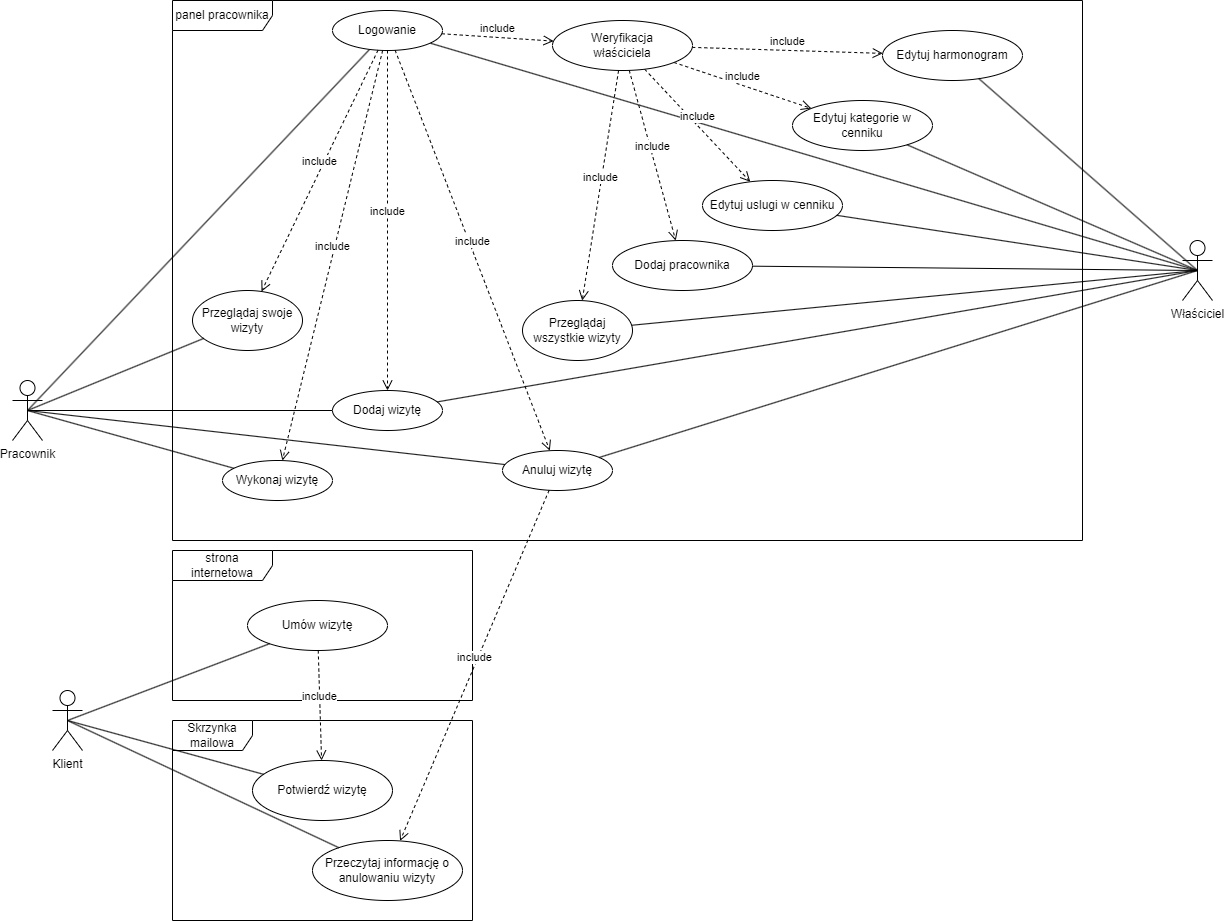
The draw.io diagram zasoby/diagram_przypadkow_uzycia.png in jakubir/BarberDeluxe-specyfikacja, before a commit. Source tidied: cells renumbered, new cells last; positions are measured from the earlier drawing's top-left corner, leaving out a move shared by most shapes.
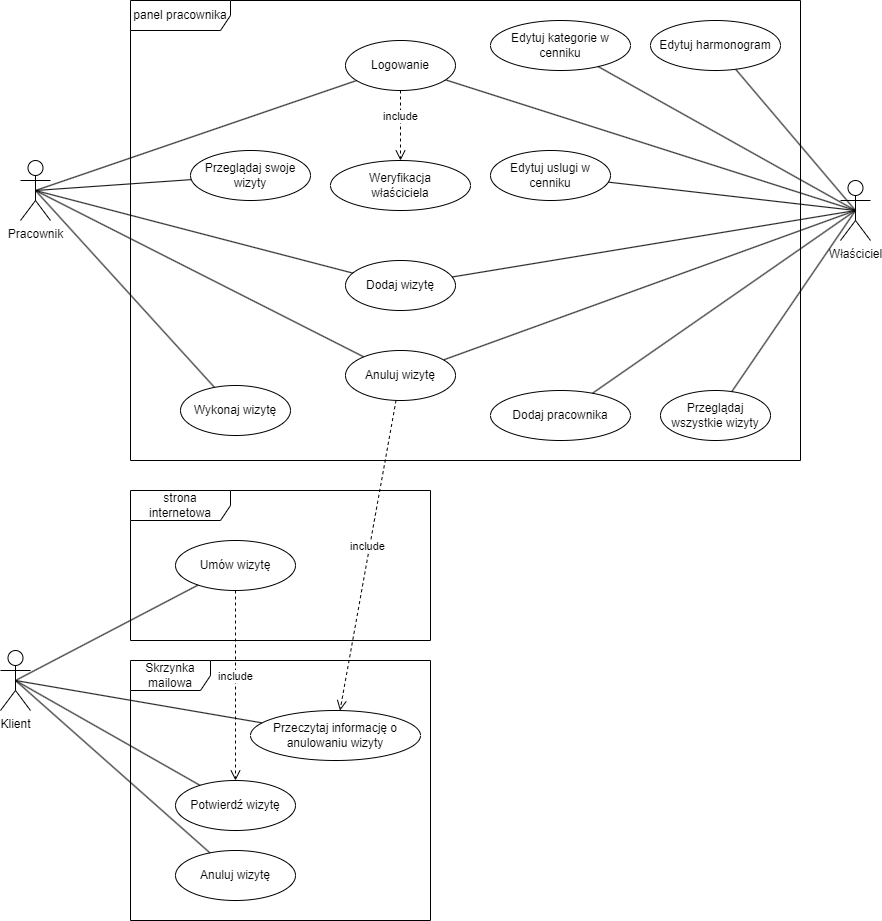
Above is the later version.

Change to the diagram source:
```diff
@@ -3,19 +3,19 @@
     <mxCell id="0" />
     <mxCell id="1" parent="0" />
     <mxCell id="2" value="Właściciel" style="shape=umlActor;verticalLabelPosition=bottom;verticalAlign=top;html=1;" parent="1" vertex="1">
-      <mxGeometry x="1170" y="240" width="30" height="60" as="geometry" />
+      <mxGeometry x="920" y="190" width="30" height="60" as="geometry" />
     </mxCell>
     <mxCell id="3" value="Pracownik" style="shape=umlActor;verticalLabelPosition=bottom;verticalAlign=top;html=1;" parent="1" vertex="1">
-      <mxGeometry y="380" width="30" height="60" as="geometry" />
+      <mxGeometry x="100" y="170" width="30" height="60" as="geometry" />
     </mxCell>
     <mxCell id="4" value="Klient&lt;br&gt;" style="shape=umlActor;verticalLabelPosition=bottom;verticalAlign=top;html=1;" parent="1" vertex="1">
-      <mxGeometry x="40" y="690" width="30" height="60" as="geometry" />
+      <mxGeometry x="80" y="660" width="30" height="60" as="geometry" />
     </mxCell>
     <mxCell id="5" value="strona internetowa" style="shape=umlFrame;whiteSpace=wrap;html=1;width=100;height=30;" parent="1" vertex="1">
-      <mxGeometry x="160" y="550" width="300" height="150" as="geometry" />
+      <mxGeometry x="210" y="500" width="300" height="150" as="geometry" />
     </mxCell>
     <mxCell id="6" value="panel pracownika" style="shape=umlFrame;whiteSpace=wrap;html=1;width=100;height=30;" parent="1" vertex="1">
-      <mxGeometry x="160" width="910" height="540" as="geometry" />
+      <mxGeometry x="210" y="10" width="670" height="460" as="geometry" />
     </mxCell>
     <mxCell id="7" style="rounded=0;jettySize=auto;html=1;entryX=0.5;entryY=0.5;entryDx=0;entryDy=0;entryPerimeter=0;endArrow=none;endFill=0;" parent="1" edge="1" source="9" target="2">
       <mxGeometry relative="1" as="geometry" />
@@ -24,53 +24,32 @@
       <mxGeometry relative="1" as="geometry" />
     </mxCell>
     <mxCell id="9" value="Logowanie" style="ellipse;whiteSpace=wrap;html=1;" parent="1" vertex="1">
-      <mxGeometry x="320" y="10" width="110" height="40" as="geometry" />
+      <mxGeometry x="425" y="50" width="110" height="50" as="geometry" />
     </mxCell>
     <mxCell id="10" value="Edytuj harmonogram" style="ellipse;whiteSpace=wrap;html=1;" parent="1" vertex="1">
-      <mxGeometry x="870" y="30" width="140" height="50" as="geometry" />
+      <mxGeometry x="730" y="30" width="130" height="50" as="geometry" />
     </mxCell>
     <mxCell id="11" style="rounded=0;jettySize=auto;html=1;entryX=0.5;entryY=0.5;entryDx=0;entryDy=0;entryPerimeter=0;endArrow=none;endFill=0;" parent="1" edge="1" source="10" target="2">
       <mxGeometry relative="1" as="geometry" />
     </mxCell>
-    <mxCell id="12" value="include&lt;br&gt;" style="html=1;verticalAlign=bottom;endArrow=open;dashed=1;endSize=8;elbow=vertical;rounded=0;" parent="1" edge="1" source="33" target="10">
-      <mxGeometry relative="1" as="geometry" />
-    </mxCell>
     <mxCell id="13" value="Edytuj uslugi w cenniku" style="ellipse;whiteSpace=wrap;html=1;" parent="1" vertex="1">
-      <mxGeometry x="690" y="180" width="140" height="50" as="geometry" />
+      <mxGeometry x="570" y="160" width="120" height="50" as="geometry" />
     </mxCell>
-    <mxCell id="14" value="include&lt;br&gt;" style="html=1;verticalAlign=bottom;endArrow=open;dashed=1;endSize=8;elbow=vertical;rounded=0;" parent="1" edge="1" source="33" target="13">
-      <mxGeometry relative="1" as="geometry" />
-    </mxCell>
     <mxCell id="15" style="rounded=0;jettySize=auto;html=1;entryX=0.5;entryY=0.5;entryDx=0;entryDy=0;entryPerimeter=0;endArrow=none;endFill=0;" parent="1" edge="1" source="13" target="2">
       <mxGeometry relative="1" as="geometry" />
     </mxCell>
     <mxCell id="16" value="Edytuj kategorie w cenniku" style="ellipse;whiteSpace=wrap;html=1;" parent="1" vertex="1">
-      <mxGeometry x="780" y="100" width="140" height="50" as="geometry" />
+      <mxGeometry x="570" y="30" width="140" height="50" as="geometry" />
     </mxCell>
     <mxCell id="17" style="rounded=0;jettySize=auto;html=1;entryX=0.5;entryY=0.5;entryDx=0;entryDy=0;entryPerimeter=0;endArrow=none;endFill=0;" parent="1" edge="1" source="16" target="2">
       <mxGeometry relative="1" as="geometry" />
     </mxCell>
-    <mxCell id="18" value="include&lt;br&gt;" style="html=1;verticalAlign=bottom;endArrow=open;dashed=1;endSize=8;elbow=vertical;rounded=0;" parent="1" edge="1" source="33" target="16">
-      <mxGeometry relative="1" as="geometry" />
-    </mxCell>
-    <mxCell id="19" value="Anuluj wizytę" style="ellipse;whiteSpace=wrap;html=1;" parent="1" vertex="1">
-      <mxGeometry x="490" y="450" width="110" height="40" as="geometry" />
-    </mxCell>
     <mxCell id="20" value="Dodaj wizytę" style="ellipse;whiteSpace=wrap;html=1;direction=west;" parent="1" vertex="1">
-      <mxGeometry x="320" y="390" width="110" height="40" as="geometry" />
+      <mxGeometry x="425" y="270" width="110" height="50" as="geometry" />
     </mxCell>
     <mxCell id="21" value="Wykonaj wizytę" style="ellipse;whiteSpace=wrap;html=1;" parent="1" vertex="1">
-      <mxGeometry x="210" y="460" width="110" height="40" as="geometry" />
+      <mxGeometry x="260" y="395" width="110" height="50" as="geometry" />
     </mxCell>
-    <mxCell id="22" value="include&lt;br&gt;" style="html=1;verticalAlign=bottom;endArrow=open;dashed=1;endSize=8;elbow=vertical;rounded=0;" parent="1" edge="1" source="9" target="21">
-      <mxGeometry relative="1" as="geometry" />
-    </mxCell>
-    <mxCell id="23" value="include&lt;br&gt;" style="html=1;verticalAlign=bottom;endArrow=open;dashed=1;endSize=8;elbow=vertical;rounded=0;" parent="1" edge="1" source="9" target="20">
-      <mxGeometry relative="1" as="geometry" />
-    </mxCell>
-    <mxCell id="24" value="include&lt;br&gt;" style="html=1;verticalAlign=bottom;endArrow=open;dashed=1;endSize=8;elbow=vertical;rounded=0;" parent="1" edge="1" source="9" target="19">
-      <mxGeometry relative="1" as="geometry" />
-    </mxCell>
     <mxCell id="25" style="rounded=0;jettySize=auto;html=1;entryX=0.5;entryY=0.5;entryDx=0;entryDy=0;entryPerimeter=0;endArrow=none;endFill=0;" parent="1" edge="1" source="21" target="3">
       <mxGeometry relative="1" as="geometry" />
     </mxCell>
@@ -84,52 +63,40 @@
       <mxGeometry relative="1" as="geometry" />
     </mxCell>
     <mxCell id="29" value="Dodaj pracownika" style="ellipse;whiteSpace=wrap;html=1;" parent="1" vertex="1">
-      <mxGeometry x="600" y="240" width="140" height="50" as="geometry" />
+      <mxGeometry x="570" y="400" width="140" height="50" as="geometry" />
     </mxCell>
-    <mxCell id="30" value="include&lt;br&gt;" style="html=1;verticalAlign=bottom;endArrow=open;dashed=1;endSize=8;elbow=vertical;rounded=0;" parent="1" edge="1" source="33" target="29">
-      <mxGeometry relative="1" as="geometry" />
-    </mxCell>
     <mxCell id="31" style="rounded=0;jettySize=auto;html=1;entryX=0.5;entryY=0.5;entryDx=0;entryDy=0;entryPerimeter=0;endArrow=none;endFill=0;" parent="1" edge="1" source="29" target="2">
       <mxGeometry relative="1" as="geometry" />
     </mxCell>
     <mxCell id="32" style="rounded=0;jettySize=auto;html=1;entryX=0.5;entryY=0.5;entryDx=0;entryDy=0;entryPerimeter=0;endArrow=none;endFill=0;" parent="1" edge="1" source="20" target="2">
       <mxGeometry relative="1" as="geometry" />
     </mxCell>
-    <mxCell id="33" value="Weryfikacja&lt;br&gt;właściciela" style="ellipse;whiteSpace=wrap;html=1;" parent="1" vertex="1">
-      <mxGeometry x="540" y="20" width="140" height="50" as="geometry" />
-    </mxCell>
     <mxCell id="34" value="include&lt;br&gt;" style="html=1;verticalAlign=bottom;endArrow=open;dashed=1;endSize=8;elbow=vertical;rounded=0;" parent="1" edge="1" source="9" target="33">
       <mxGeometry relative="1" as="geometry" />
     </mxCell>
     <mxCell id="35" value="Przeglądaj swoje wizyty" style="ellipse;whiteSpace=wrap;html=1;" parent="1" vertex="1">
-      <mxGeometry x="180" y="290" width="110" height="60" as="geometry" />
+      <mxGeometry x="270" y="160" width="120" height="50" as="geometry" />
     </mxCell>
     <mxCell id="36" style="rounded=0;jettySize=auto;html=1;entryX=0.5;entryY=0.5;entryDx=0;entryDy=0;entryPerimeter=0;endArrow=none;endFill=0;" parent="1" edge="1" source="35" target="3">
       <mxGeometry relative="1" as="geometry" />
     </mxCell>
-    <mxCell id="37" value="include&lt;br&gt;" style="html=1;verticalAlign=bottom;endArrow=open;dashed=1;endSize=8;elbow=vertical;rounded=0;" parent="1" edge="1" source="9" target="35">
-      <mxGeometry relative="1" as="geometry" />
-    </mxCell>
     <mxCell id="38" value="Przeglądaj wszystkie wizyty" style="ellipse;whiteSpace=wrap;html=1;" parent="1" vertex="1">
-      <mxGeometry x="510" y="300" width="110" height="60" as="geometry" />
+      <mxGeometry x="740" y="400" width="110" height="50" as="geometry" />
     </mxCell>
     <mxCell id="39" style="rounded=0;jettySize=auto;html=1;entryX=0.5;entryY=0.5;entryDx=0;entryDy=0;entryPerimeter=0;endArrow=none;endFill=0;" parent="1" edge="1" source="38" target="2">
       <mxGeometry relative="1" as="geometry" />
     </mxCell>
-    <mxCell id="40" value="include&lt;br&gt;" style="html=1;verticalAlign=bottom;endArrow=open;dashed=1;endSize=8;elbow=vertical;rounded=0;" parent="1" edge="1" source="33" target="38">
-      <mxGeometry relative="1" as="geometry" />
-    </mxCell>
     <mxCell id="41" value="Umów wizytę" style="ellipse;whiteSpace=wrap;html=1;" parent="1" vertex="1">
-      <mxGeometry x="235" y="600" width="140" height="50" as="geometry" />
+      <mxGeometry x="255" y="550" width="120" height="50" as="geometry" />
     </mxCell>
     <mxCell id="42" style="rounded=0;jettySize=auto;html=1;entryX=0.5;entryY=0.5;entryDx=0;entryDy=0;entryPerimeter=0;endArrow=none;endFill=0;" parent="1" edge="1" source="41" target="4">
       <mxGeometry relative="1" as="geometry" />
     </mxCell>
     <mxCell id="43" value="Skrzynka mailowa" style="shape=umlFrame;whiteSpace=wrap;html=1;width=80;height=30;" parent="1" vertex="1">
-      <mxGeometry x="160" y="720" width="300" height="200" as="geometry" />
+      <mxGeometry x="210" y="670" width="300" height="260" as="geometry" />
     </mxCell>
     <mxCell id="44" value="Potwierdź wizytę" style="ellipse;whiteSpace=wrap;html=1;" parent="1" vertex="1">
-      <mxGeometry x="240" y="760" width="140" height="60" as="geometry" />
+      <mxGeometry x="255" y="790" width="120" height="50" as="geometry" />
     </mxCell>
     <mxCell id="45" value="include&lt;br&gt;" style="html=1;verticalAlign=bottom;endArrow=open;dashed=1;endSize=8;elbow=vertical;rounded=0;" parent="1" edge="1" source="41" target="44">
       <mxGeometry relative="1" as="geometry" />
@@ -138,7 +105,7 @@
       <mxGeometry relative="1" as="geometry" />
     </mxCell>
     <mxCell id="47" value="Przeczytaj informację o anulowaniu wizyty" style="ellipse;whiteSpace=wrap;html=1;" parent="1" vertex="1">
-      <mxGeometry x="300" y="840" width="150" height="60" as="geometry" />
+      <mxGeometry x="330" y="720" width="170" height="50" as="geometry" />
     </mxCell>
     <mxCell id="48" style="rounded=0;jettySize=auto;html=1;entryX=0.5;entryY=0.5;entryDx=0;entryDy=0;entryPerimeter=0;endArrow=none;endFill=0;" parent="1" edge="1" source="47" target="4">
       <mxGeometry relative="1" as="geometry" />
@@ -146,5 +113,17 @@
     <mxCell id="49" value="include&lt;br&gt;" style="html=1;verticalAlign=bottom;endArrow=open;dashed=1;endSize=8;elbow=vertical;rounded=0;" parent="1" edge="1" source="19" target="47">
       <mxGeometry relative="1" as="geometry" />
     </mxCell>
+    <mxCell id="33" value="Weryfikacja&lt;br&gt;właściciela" style="ellipse;whiteSpace=wrap;html=1;" parent="1" vertex="1">
+      <mxGeometry x="410" y="170" width="140" height="50" as="geometry" />
+    </mxCell>
+    <mxCell id="19" value="Anuluj wizytę" style="ellipse;whiteSpace=wrap;html=1;" parent="1" vertex="1">
+      <mxGeometry x="425" y="360" width="110" height="50" as="geometry" />
+    </mxCell>
+    <mxCell id="50" value="Anuluj wizytę" style="ellipse;whiteSpace=wrap;html=1;" parent="1" vertex="1">
+      <mxGeometry x="255" y="860" width="120" height="50" as="geometry" />
+    </mxCell>
+    <mxCell id="51" style="rounded=0;jettySize=auto;html=1;entryX=0.5;entryY=0.5;entryDx=0;entryDy=0;entryPerimeter=0;endArrow=none;endFill=0;" parent="1" edge="1" source="50" target="4">
+      <mxGeometry relative="1" as="geometry" />
+    </mxCell>
   </root>
 </mxGraphModel>
```
